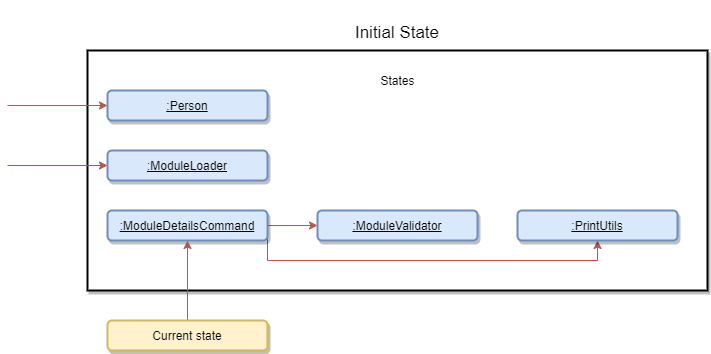
Before: docs/images/DeveloperGuide/moduleDetailsCommand_initialState.png, a diagram exported from draw.io (vanessa-kang/tp). Source tidied: cells renumbered, new cells last; positions are measured from the earlier drawing's top-left corner, leaving out a move shared by most shapes. Source of this version:
```xml
<mxGraphModel>
  <root>
    <mxCell id="0" />
    <mxCell id="1" parent="0" />
    <mxCell id="2" style="group;" parent="1" vertex="1">
      <mxGeometry x="80" width="620" height="280" as="geometry" />
    </mxCell>
    <mxCell id="3" style="group;fillColor=#f8cecc;strokeColor=#b85450;" parent="2" vertex="1">
      <mxGeometry y="40" width="620" height="240" as="geometry" />
    </mxCell>
    <mxCell id="4" style="rounded=0;whiteSpace=wrap;html=1;shadow=1;strokeColor=#000000;strokeWidth=2;fillColor=#ffffff;" parent="3" vertex="1">
      <mxGeometry width="620" height="240" as="geometry" />
    </mxCell>
    <mxCell id="5" value="States" style="text;html=1;strokeColor=none;fillColor=none;align=center;verticalAlign=middle;whiteSpace=wrap;rounded=0;shadow=1;" parent="3" vertex="1">
      <mxGeometry x="283.6" y="20" width="52.8" height="20" as="geometry" />
    </mxCell>
    <mxCell id="6" value="&lt;h1&gt;&lt;span style=&quot;font-weight: normal&quot;&gt;&lt;font style=&quot;font-size: 17px&quot;&gt;Initial State&lt;/font&gt;&lt;/span&gt;&lt;/h1&gt;" style="text;html=1;strokeColor=none;fillColor=none;spacing=5;spacingTop=-20;whiteSpace=wrap;overflow=hidden;rounded=0;shadow=1;align=center;" parent="2" vertex="1">
      <mxGeometry x="260" width="100" height="40" as="geometry" />
    </mxCell>
    <mxCell id="7" style="edgeStyle=orthogonalEdgeStyle;jettySize=auto;html=1;entryX=0.5;entryY=1;entryDx=0;entryDy=0;strokeColor=#b85450;fillColor=#f8cecc;rounded=0;exitX=1;exitY=0.5;exitDx=0;exitDy=0;" parent="1" edge="1" source="9" target="15">
      <mxGeometry relative="1" as="geometry">
        <Array as="points">
          <mxPoint x="260" y="250" />
          <mxPoint x="590" y="250" />
        </Array>
      </mxGeometry>
    </mxCell>
    <mxCell id="8" style="edgeStyle=orthogonalEdgeStyle;curved=1;jettySize=auto;html=1;strokeColor=#b85450;fillColor=#f8cecc;" parent="1" edge="1" source="9" target="14">
      <mxGeometry relative="1" as="geometry" />
    </mxCell>
    <mxCell id="9" value="&lt;u&gt;:ModuleDetailsCommand&lt;/u&gt;" style="rounded=1;whiteSpace=wrap;html=1;shadow=1;strokeColor=#6c8ebf;strokeWidth=2;fillColor=#dae8fc;" parent="1" vertex="1">
      <mxGeometry x="100" y="200" width="160" height="30" as="geometry" />
    </mxCell>
    <mxCell id="10" style="edgeStyle=orthogonalEdgeStyle;rounded=0;jettySize=auto;html=1;entryX=0.5;entryY=1;entryDx=0;entryDy=0;strokeColor=#b85450;fillColor=#f8cecc;" parent="1" edge="1" source="11" target="9">
      <mxGeometry relative="1" as="geometry" />
    </mxCell>
    <mxCell id="11" value="Current state" style="rounded=1;whiteSpace=wrap;html=1;shadow=1;strokeColor=#d6b656;strokeWidth=2;fillColor=#fff2cc;" parent="1" vertex="1">
      <mxGeometry x="100" y="310" width="160" height="30" as="geometry" />
    </mxCell>
    <mxCell id="12" value="&lt;u&gt;:ModuleLoader&lt;/u&gt;" style="rounded=1;whiteSpace=wrap;html=1;shadow=1;strokeColor=#6c8ebf;strokeWidth=2;fillColor=#dae8fc;" parent="1" vertex="1">
      <mxGeometry x="100" y="140" width="160" height="30" as="geometry" />
    </mxCell>
    <mxCell id="13" value="&lt;u&gt;:Person&lt;/u&gt;" style="rounded=1;whiteSpace=wrap;html=1;shadow=1;strokeColor=#6c8ebf;strokeWidth=2;fillColor=#dae8fc;" parent="1" vertex="1">
      <mxGeometry x="100" y="80" width="160" height="30" as="geometry" />
    </mxCell>
    <mxCell id="14" value="&lt;u&gt;:ModuleValidator&lt;/u&gt;" style="rounded=1;whiteSpace=wrap;html=1;shadow=1;strokeColor=#6c8ebf;strokeWidth=2;fillColor=#dae8fc;" parent="1" vertex="1">
      <mxGeometry x="310" y="200" width="160" height="30" as="geometry" />
    </mxCell>
    <mxCell id="15" value="&lt;u&gt;:PrintUtils&lt;/u&gt;" style="rounded=1;whiteSpace=wrap;html=1;shadow=1;strokeColor=#6c8ebf;strokeWidth=2;fillColor=#dae8fc;" parent="1" vertex="1">
      <mxGeometry x="510" y="200" width="160" height="30" as="geometry" />
    </mxCell>
    <mxCell id="16" style="edgeStyle=orthogonalEdgeStyle;rounded=0;jettySize=auto;html=1;strokeColor=#b85450;fillColor=#f8cecc;" parent="1" edge="1" target="13">
      <mxGeometry relative="1" as="geometry">
        <mxPoint y="95" as="sourcePoint" />
      </mxGeometry>
    </mxCell>
    <mxCell id="17" style="edgeStyle=orthogonalEdgeStyle;rounded=0;jettySize=auto;html=1;strokeColor=#b85450;fillColor=#f8cecc;" parent="1" edge="1" target="12">
      <mxGeometry relative="1" as="geometry">
        <mxPoint y="155" as="sourcePoint" />
      </mxGeometry>
    </mxCell>
  </root>
</mxGraphModel>
```
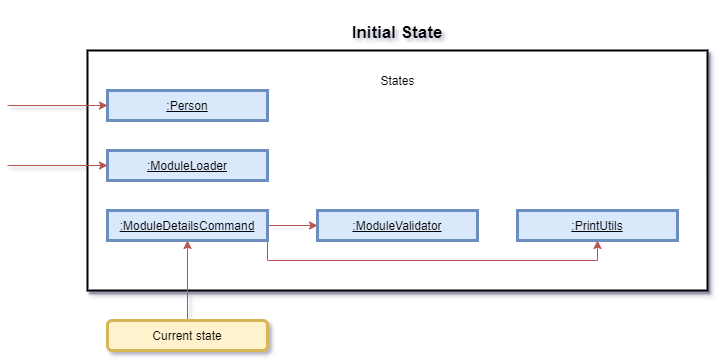
After the change.

Commit message:
Amended state diagram formats in DG

Diff of the diagram source:
```diff
@@ -1,4 +1,4 @@
-<mxGraphModel>
+<mxGraphModel shadow="1">
   <root>
     <mxCell id="0" />
     <mxCell id="1" parent="0" />
@@ -14,7 +14,7 @@
     <mxCell id="5" value="States" style="text;html=1;strokeColor=none;fillColor=none;align=center;verticalAlign=middle;whiteSpace=wrap;rounded=0;shadow=1;" parent="3" vertex="1">
       <mxGeometry x="283.6" y="20" width="52.8" height="20" as="geometry" />
     </mxCell>
-    <mxCell id="6" value="&lt;h1&gt;&lt;span style=&quot;font-weight: normal&quot;&gt;&lt;font style=&quot;font-size: 17px&quot;&gt;Initial State&lt;/font&gt;&lt;/span&gt;&lt;/h1&gt;" style="text;html=1;strokeColor=none;fillColor=none;spacing=5;spacingTop=-20;whiteSpace=wrap;overflow=hidden;rounded=0;shadow=1;align=center;" parent="2" vertex="1">
+    <mxCell id="6" value="&lt;h1&gt;&lt;font style=&quot;font-size: 17px&quot;&gt;Initial State&lt;/font&gt;&lt;/h1&gt;" style="text;html=1;strokeColor=none;fillColor=none;spacing=5;spacingTop=-20;whiteSpace=wrap;overflow=hidden;rounded=0;shadow=1;align=center;" parent="2" vertex="1">
       <mxGeometry x="260" width="100" height="40" as="geometry" />
     </mxCell>
     <mxCell id="7" style="edgeStyle=orthogonalEdgeStyle;jettySize=auto;html=1;entryX=0.5;entryY=1;entryDx=0;entryDy=0;strokeColor=#b85450;fillColor=#f8cecc;rounded=0;exitX=1;exitY=0.5;exitDx=0;exitDy=0;" parent="1" edge="1" source="9" target="15">
@@ -28,25 +28,25 @@
     <mxCell id="8" style="edgeStyle=orthogonalEdgeStyle;curved=1;jettySize=auto;html=1;strokeColor=#b85450;fillColor=#f8cecc;" parent="1" edge="1" source="9" target="14">
       <mxGeometry relative="1" as="geometry" />
     </mxCell>
-    <mxCell id="9" value="&lt;u&gt;:ModuleDetailsCommand&lt;/u&gt;" style="rounded=1;whiteSpace=wrap;html=1;shadow=1;strokeColor=#6c8ebf;strokeWidth=2;fillColor=#dae8fc;" parent="1" vertex="1">
+    <mxCell id="9" value="&lt;u&gt;:ModuleDetailsCommand&lt;/u&gt;" style="rounded=0;whiteSpace=wrap;html=1;shadow=0;strokeColor=#6c8ebf;strokeWidth=3;fillColor=#dae8fc;" parent="1" vertex="1">
       <mxGeometry x="100" y="200" width="160" height="30" as="geometry" />
     </mxCell>
     <mxCell id="10" style="edgeStyle=orthogonalEdgeStyle;rounded=0;jettySize=auto;html=1;entryX=0.5;entryY=1;entryDx=0;entryDy=0;strokeColor=#b85450;fillColor=#f8cecc;" parent="1" edge="1" source="11" target="9">
       <mxGeometry relative="1" as="geometry" />
     </mxCell>
-    <mxCell id="11" value="Current state" style="rounded=1;whiteSpace=wrap;html=1;shadow=1;strokeColor=#d6b656;strokeWidth=2;fillColor=#fff2cc;" parent="1" vertex="1">
+    <mxCell id="11" value="Current state" style="rounded=1;whiteSpace=wrap;html=1;shadow=0;strokeColor=#d6b656;strokeWidth=3;fillColor=#fff2cc;" parent="1" vertex="1">
       <mxGeometry x="100" y="310" width="160" height="30" as="geometry" />
     </mxCell>
-    <mxCell id="12" value="&lt;u&gt;:ModuleLoader&lt;/u&gt;" style="rounded=1;whiteSpace=wrap;html=1;shadow=1;strokeColor=#6c8ebf;strokeWidth=2;fillColor=#dae8fc;" parent="1" vertex="1">
+    <mxCell id="12" value="&lt;u&gt;:ModuleLoader&lt;/u&gt;" style="rounded=0;whiteSpace=wrap;html=1;shadow=0;strokeColor=#6c8ebf;strokeWidth=3;fillColor=#dae8fc;" parent="1" vertex="1">
       <mxGeometry x="100" y="140" width="160" height="30" as="geometry" />
     </mxCell>
-    <mxCell id="13" value="&lt;u&gt;:Person&lt;/u&gt;" style="rounded=1;whiteSpace=wrap;html=1;shadow=1;strokeColor=#6c8ebf;strokeWidth=2;fillColor=#dae8fc;" parent="1" vertex="1">
+    <mxCell id="13" value="&lt;u&gt;:Person&lt;/u&gt;" style="rounded=0;whiteSpace=wrap;html=1;shadow=0;strokeColor=#6c8ebf;strokeWidth=3;fillColor=#dae8fc;" parent="1" vertex="1">
       <mxGeometry x="100" y="80" width="160" height="30" as="geometry" />
     </mxCell>
-    <mxCell id="14" value="&lt;u&gt;:ModuleValidator&lt;/u&gt;" style="rounded=1;whiteSpace=wrap;html=1;shadow=1;strokeColor=#6c8ebf;strokeWidth=2;fillColor=#dae8fc;" parent="1" vertex="1">
+    <mxCell id="14" value="&lt;u&gt;:ModuleValidator&lt;/u&gt;" style="rounded=0;whiteSpace=wrap;html=1;shadow=0;strokeColor=#6c8ebf;strokeWidth=3;fillColor=#dae8fc;" parent="1" vertex="1">
       <mxGeometry x="310" y="200" width="160" height="30" as="geometry" />
     </mxCell>
-    <mxCell id="15" value="&lt;u&gt;:PrintUtils&lt;/u&gt;" style="rounded=1;whiteSpace=wrap;html=1;shadow=1;strokeColor=#6c8ebf;strokeWidth=2;fillColor=#dae8fc;" parent="1" vertex="1">
+    <mxCell id="15" value="&lt;u&gt;:PrintUtils&lt;/u&gt;" style="rounded=0;whiteSpace=wrap;html=1;shadow=0;strokeColor=#6c8ebf;strokeWidth=3;fillColor=#dae8fc;" parent="1" vertex="1">
       <mxGeometry x="510" y="200" width="160" height="30" as="geometry" />
     </mxCell>
     <mxCell id="16" style="edgeStyle=orthogonalEdgeStyle;rounded=0;jettySize=auto;html=1;strokeColor=#b85450;fillColor=#f8cecc;" parent="1" edge="1" target="13">
```
